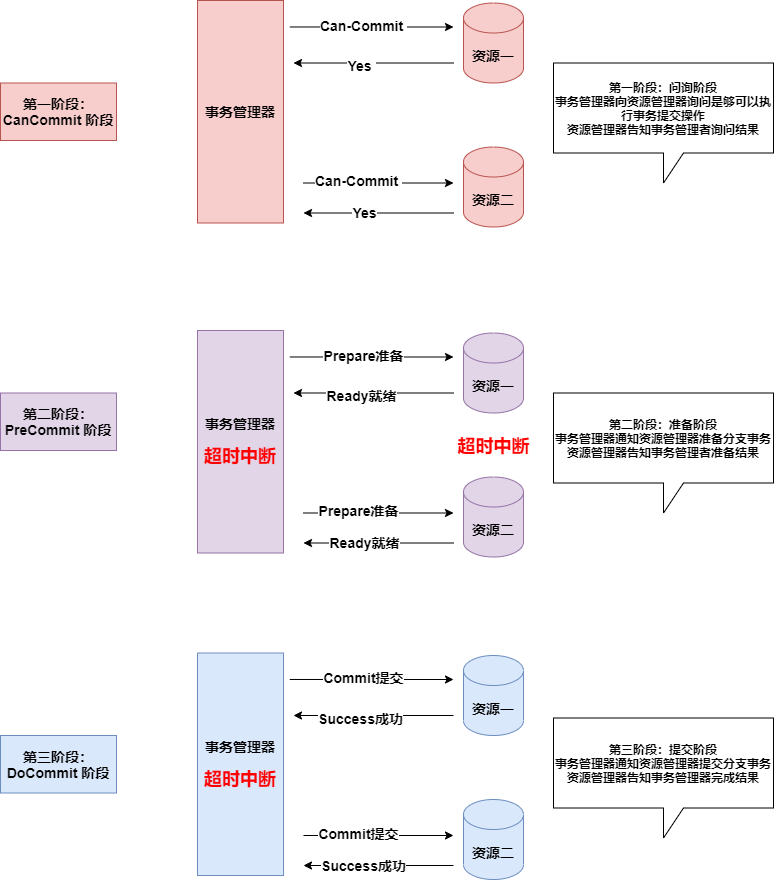
Earlier version of the draw.io export 分布式事务-三阶段提交（3PC）.png (fxbin/Image-Of-MySelf). Source tidied: cells renumbered, new cells last; positions are measured from the earlier drawing's top-left corner, leaving out a move shared by most shapes.
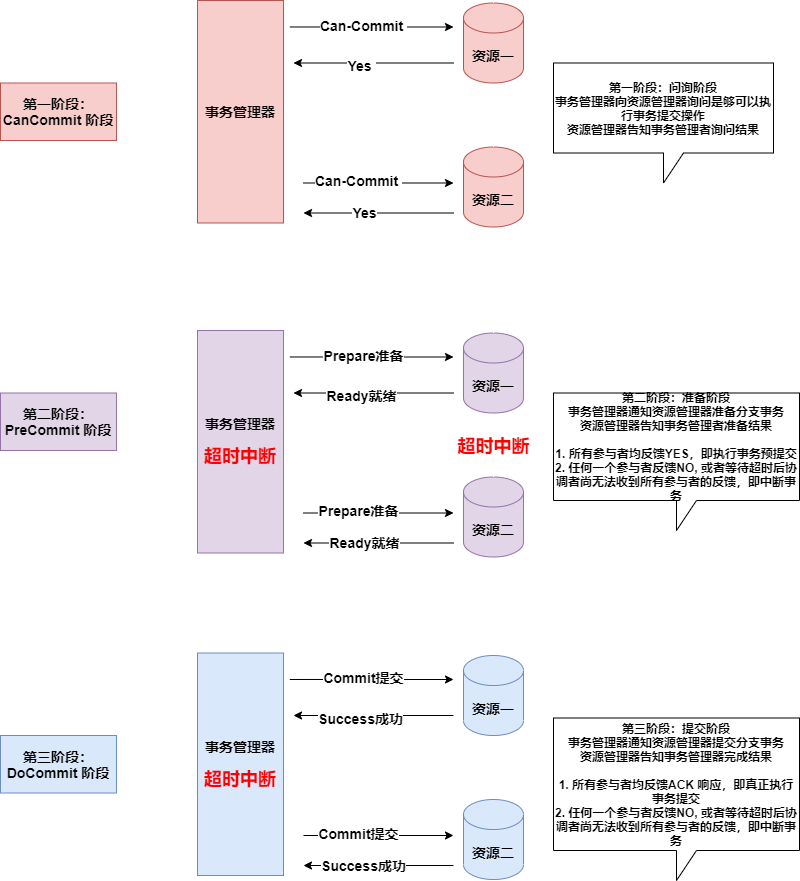
The same file after the commit.

Commit message:
Update 分布式事务-三阶段提交（3PC）.png

Change to the diagram source:
```diff
@@ -108,11 +108,11 @@
         <mxPoint x="21.7" as="offset" />
       </mxGeometry>
     </mxCell>
-    <mxCell id="26" value="&lt;b&gt;&lt;font style=&quot;font-size: 12px&quot;&gt;第二阶段：准备阶段&lt;br&gt;事务管理器通知资源管理器准备分支事务&lt;br&gt;资源管理器告知事务管理者准备结果&lt;/font&gt;&lt;/b&gt;" style="shape=callout;whiteSpace=wrap;html=1;perimeter=calloutPerimeter;" parent="1" vertex="1">
-      <mxGeometry x="553" y="392.5" width="220" height="120" as="geometry" />
+    <mxCell id="26" value="&lt;b&gt;&lt;font style=&quot;font-size: 12px&quot;&gt;第二阶段：准备阶段&lt;br&gt;事务管理器通知资源管理器准备分支事务&lt;br&gt;资源管理器告知事务管理者准备结果&lt;br&gt;&lt;br&gt;1. 所有参与者均反馈YES，即执行事务预提交&lt;br&gt;2. 任何一个参与者反馈NO, 或者等待超时后协调者尚无法收到所有参与者的反馈，即中断事务&lt;br&gt;&lt;/font&gt;&lt;/b&gt;" style="shape=callout;whiteSpace=wrap;html=1;perimeter=calloutPerimeter;" parent="1" vertex="1">
+      <mxGeometry x="553" y="392.5" width="246" height="137.5" as="geometry" />
     </mxCell>
-    <mxCell id="27" value="&lt;b&gt;第三阶段：提交阶段&lt;br&gt;事务管理器通知资源管理器提交分支事务&lt;br&gt;资源管理器告知事务管理器完成结果&lt;/b&gt;" style="shape=callout;whiteSpace=wrap;html=1;perimeter=calloutPerimeter;" parent="1" vertex="1">
-      <mxGeometry x="553" y="717.5" width="220" height="120" as="geometry" />
+    <mxCell id="27" value="&lt;b&gt;第三阶段：提交阶段&lt;br&gt;事务管理器通知资源管理器提交分支事务&lt;br&gt;资源管理器告知事务管理器完成结果&lt;br&gt;&lt;br&gt;1. 所有参与者均反馈ACK 响应，即真正执行事务提交&lt;br&gt;2. 任何一个参与者反馈NO, 或者等待超时后协调者尚无法收到所有参与者的反馈，即中断事务&lt;br&gt;&lt;/b&gt;" style="shape=callout;whiteSpace=wrap;html=1;perimeter=calloutPerimeter;" parent="1" vertex="1">
+      <mxGeometry x="553" y="717.5" width="246" height="162.5" as="geometry" />
     </mxCell>
     <mxCell id="28" value="&lt;b&gt;&lt;font style=&quot;font-size: 14px&quot;&gt;第一阶段：CanCommit 阶段&lt;/font&gt;&lt;/b&gt;" style="rounded=0;whiteSpace=wrap;html=1;fillColor=#f8cecc;strokeColor=#b85450;" parent="1" vertex="1">
       <mxGeometry y="82.5" width="116" height="57.5" as="geometry" />
```
